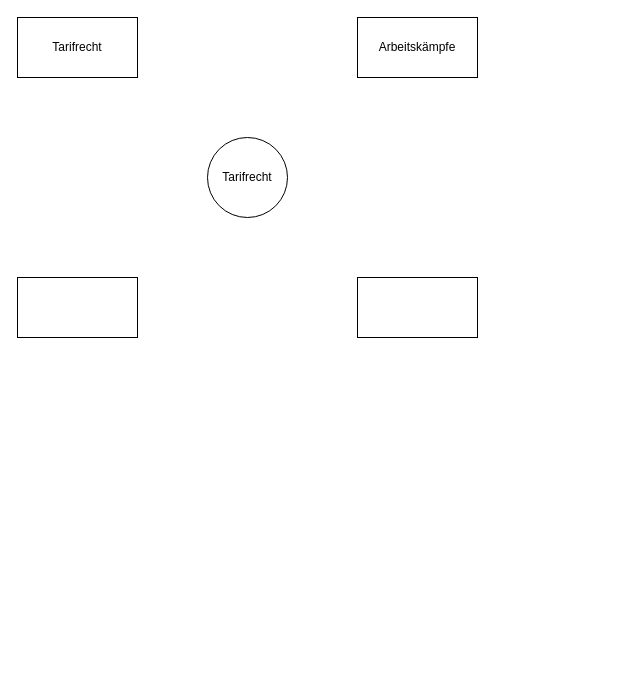
Earlier version of the draw.io diagram Tarifrecht.drawio (natinaum/notes). Source tidied: cells renumbered, new cells numbered last; positions are measured from the earlier drawing's top-left corner, leaving out a move shared by most shapes. Both pictures are drawn from the tidied source at 100%, with x=0, y=0 at pixel (17, 17).
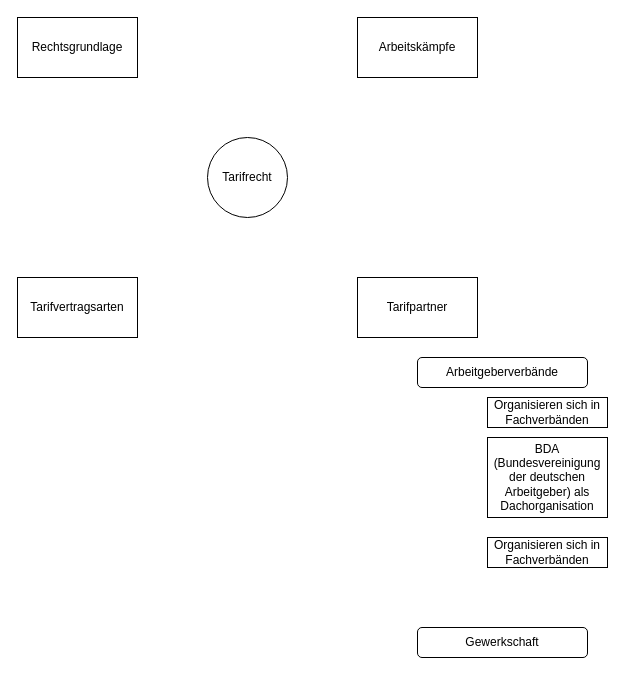
Above is the later version.

Diff of the diagram source:
```diff
@@
 <mxGraphModel>
   <root>
     <mxCell id="0" />
     <mxCell id="1" parent="0" />
     <mxCell id="2" value="&lt;div&gt;Tarifrecht&lt;/div&gt;" style="ellipse;whiteSpace=wrap;html=1;" parent="1" vertex="1">
       <mxGeometry x="190" y="120" width="80" height="80" as="geometry" />
     </mxCell>
     <mxCell id="3" value="Arbeitskämpfe" style="rounded=0;whiteSpace=wrap;html=1;" parent="1" vertex="1">
       <mxGeometry x="340" width="120" height="60" as="geometry" />
     </mxCell>
-    <mxCell id="4" value="Tarifrecht" style="rounded=0;whiteSpace=wrap;html=1;" parent="1" vertex="1">
+    <mxCell id="4" value="&lt;div&gt;Rechtsgrundlage&lt;/div&gt;" style="rounded=0;whiteSpace=wrap;html=1;" parent="1" vertex="1">
       <mxGeometry width="120" height="60" as="geometry" />
     </mxCell>
-    <mxCell id="5" style="rounded=0;whiteSpace=wrap;html=1;" parent="1" vertex="1">
+    <mxCell id="5" value="Tarifpartner" style="rounded=0;whiteSpace=wrap;html=1;" parent="1" vertex="1">
       <mxGeometry x="340" y="260" width="120" height="60" as="geometry" />
     </mxCell>
-    <mxCell id="6" style="rounded=0;whiteSpace=wrap;html=1;" parent="1" vertex="1">
+    <mxCell id="6" value="&lt;div&gt;Tarifvertragsarten&lt;/div&gt;" style="rounded=0;whiteSpace=wrap;html=1;" parent="1" vertex="1">
       <mxGeometry y="260" width="120" height="60" as="geometry" />
     </mxCell>
+    <mxCell id="7" value="&lt;div&gt;Arbeitgeberverbände&lt;/div&gt;" style="rounded=1;whiteSpace=wrap;html=1;" parent="1" vertex="1">
+      <mxGeometry x="400" y="340" width="170" height="30" as="geometry" />
+    </mxCell>
+    <mxCell id="8" value="&lt;div&gt;Gewerkschaft&lt;/div&gt;" style="rounded=1;whiteSpace=wrap;html=1;" parent="1" vertex="1">
+      <mxGeometry x="400" y="610" width="170" height="30" as="geometry" />
+    </mxCell>
+    <mxCell id="9" value="Organisieren sich in Fachverbänden" style="rounded=0;whiteSpace=wrap;html=1;" parent="1" vertex="1">
+      <mxGeometry x="470" y="380" width="120" height="30" as="geometry" />
+    </mxCell>
+    <mxCell id="10" value="BDA (Bundesvereinigung der deutschen Arbeitgeber) als Dachorganisation" style="rounded=0;whiteSpace=wrap;html=1;" parent="1" vertex="1">
+      <mxGeometry x="470" y="420" width="120" height="80" as="geometry" />
+    </mxCell>
+    <mxCell id="11" value="Organisieren sich in Fachverbänden" style="rounded=0;whiteSpace=wrap;html=1;" parent="1" vertex="1">
+      <mxGeometry x="470" y="520" width="120" height="30" as="geometry" />
+    </mxCell>
   </root>
 </mxGraphModel>
```
